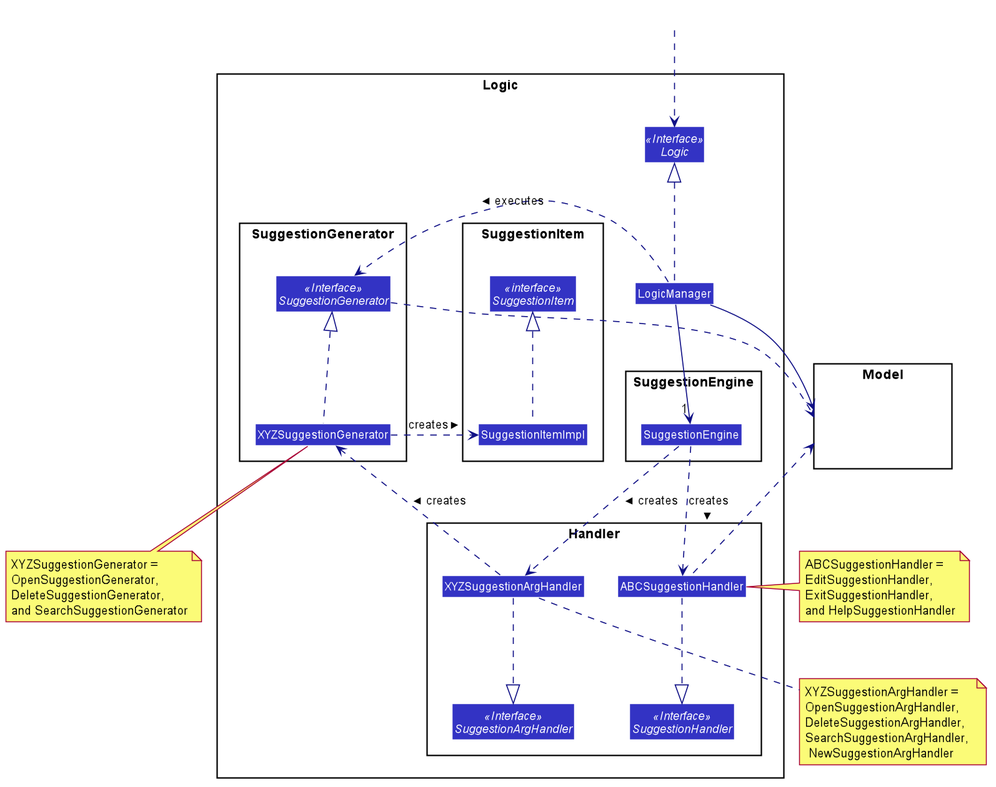
Before: docs/images/SuggestionClassDiagram.png, a diagram exported from PlantUML (nus-cs2103-AY1920S2/addressbook-level3). Source of this version:
```plantuml
@startuml








skinparam BackgroundColor #FFFFFFF

skinparam Shadowing false

skinparam Class {
    FontColor #FFFFFF
    BorderThickness 1
    BorderColor #FFFFFF
    StereotypeFontColor #FFFFFF
    FontName Arial
}

skinparam Actor {
    BorderColor #000000
    Color #000000
    FontName Arial
}

skinparam Sequence {
    MessageAlign center
    BoxFontSize 15
    BoxPadding 0
    BoxFontColor #FFFFFF
    FontName Arial
}

skinparam Participant {
    FontColor #FFFFFFF
    Padding 20
}

skinparam MinClassWidth 50
skinparam ParticipantPadding 10
skinparam Shadowing false
skinparam DefaultTextAlignment center
skinparam packageStyle Rectangle

hide footbox
hide members
hide circle
skinparam arrowThickness 1.1
skinparam arrowColor #101086
skinparam classBackgroundColor #3333C4

package Logic {

package SuggestionEngine {
Class SuggestionEngine
}

package Handler {
Interface SuggestionHandler <<Interface>>
Interface SuggestionArgHandler <<Interface>>
Class ABCSuggestionHandler
Class XYZSuggestionArgHandler
}

package SuggestionGenerator {
Interface SuggestionGenerator <<Interface>>
Class XYZSuggestionGenerator
}

package SuggestionItem {
Interface SuggestionItem <<interface>>
Class SuggestionItemImpl
}

Interface Logic <<Interface>>
Class LogicManager
}

package Model{
Class HiddenModel #FFFFFF
}

Class HiddenOutside #FFFFFF
HiddenOutside ..> Logic



LogicManager .up.|> Logic
LogicManager -down->"1" SuggestionEngine
SuggestionEngine ..> XYZSuggestionArgHandler: creates >
SuggestionEngine ..> ABCSuggestionHandler: creates >

ABCSuggestionHandler -right[hidden]- XYZSuggestionArgHandler

ABCSuggestionHandler .down.|> SuggestionHandler

XYZSuggestionArgHandler .up.> XYZSuggestionGenerator : creates >
XYZSuggestionArgHandler .down.|> SuggestionArgHandler

XYZSuggestionGenerator .up.|> SuggestionGenerator
LogicManager .right.> SuggestionGenerator : executes >
XYZSuggestionGenerator .right.> SuggestionItemImpl : creates >

LogicManager --> Model
SuggestionGenerator ..> Model
ABCSuggestionHandler .up.> Model
note bottom of XYZSuggestionGenerator: XYZSuggestionGenerator = \nOpenSuggestionGenerator, \nDeleteSuggestionGenerator, \nand SearchSuggestionGenerator

note right of ABCSuggestionHandler: ABCSuggestionHandler = \nEditSuggestionHandler, \nExitSuggestionHandler, \nand HelpSuggestionHandler

note bottom of XYZSuggestionArgHandler: XYZSuggestionArgHandler = \nOpenSuggestionArgHandler, \nDeleteSuggestionArgHandler, \nSearchSuggestionArgHandler, \n NewSuggestionArgHandler

SuggestionItemImpl .up.|> SuggestionItem
@enduml
```
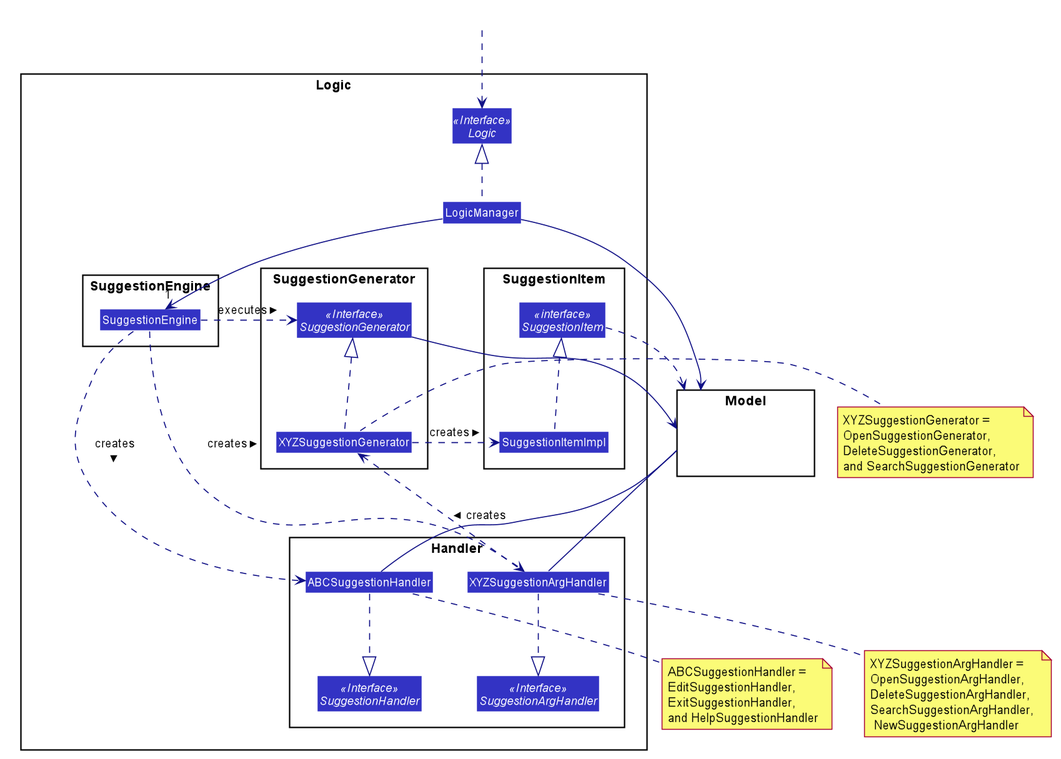
Later version of the same file.

Commit message:
Update sug class diag

Change to the diagram source:
```diff
@@ -100,17 +100,19 @@
 XYZSuggestionArgHandler .down.|> SuggestionArgHandler
 
 XYZSuggestionGenerator .up.|> SuggestionGenerator
-LogicManager .right.> SuggestionGenerator : executes >
+SuggestionEngine .right.> SuggestionGenerator : executes >
 XYZSuggestionGenerator .right.> SuggestionItemImpl : creates >
 
 LogicManager --> Model
-SuggestionGenerator ..> Model
-ABCSuggestionHandler .up.> Model
-note bottom of XYZSuggestionGenerator: XYZSuggestionGenerator = \nOpenSuggestionGenerator, \nDeleteSuggestionGenerator, \nand SearchSuggestionGenerator
+SuggestionGenerator --> Model
+ABCSuggestionHandler -up- Model
+XYZSuggestionArgHandler -up- Model
+note right of XYZSuggestionGenerator: XYZSuggestionGenerator = \nOpenSuggestionGenerator, \nDeleteSuggestionGenerator, \nand SearchSuggestionGenerator
 
-note right of ABCSuggestionHandler: ABCSuggestionHandler = \nEditSuggestionHandler, \nExitSuggestionHandler, \nand HelpSuggestionHandler
+note bottom of ABCSuggestionHandler: ABCSuggestionHandler = \nEditSuggestionHandler, \nExitSuggestionHandler, \nand HelpSuggestionHandler
 
 note bottom of XYZSuggestionArgHandler: XYZSuggestionArgHandler = \nOpenSuggestionArgHandler, \nDeleteSuggestionArgHandler, \nSearchSuggestionArgHandler, \n NewSuggestionArgHandler
 
 SuggestionItemImpl .up.|> SuggestionItem
+SuggestionItem ...> Model
 @enduml
```
